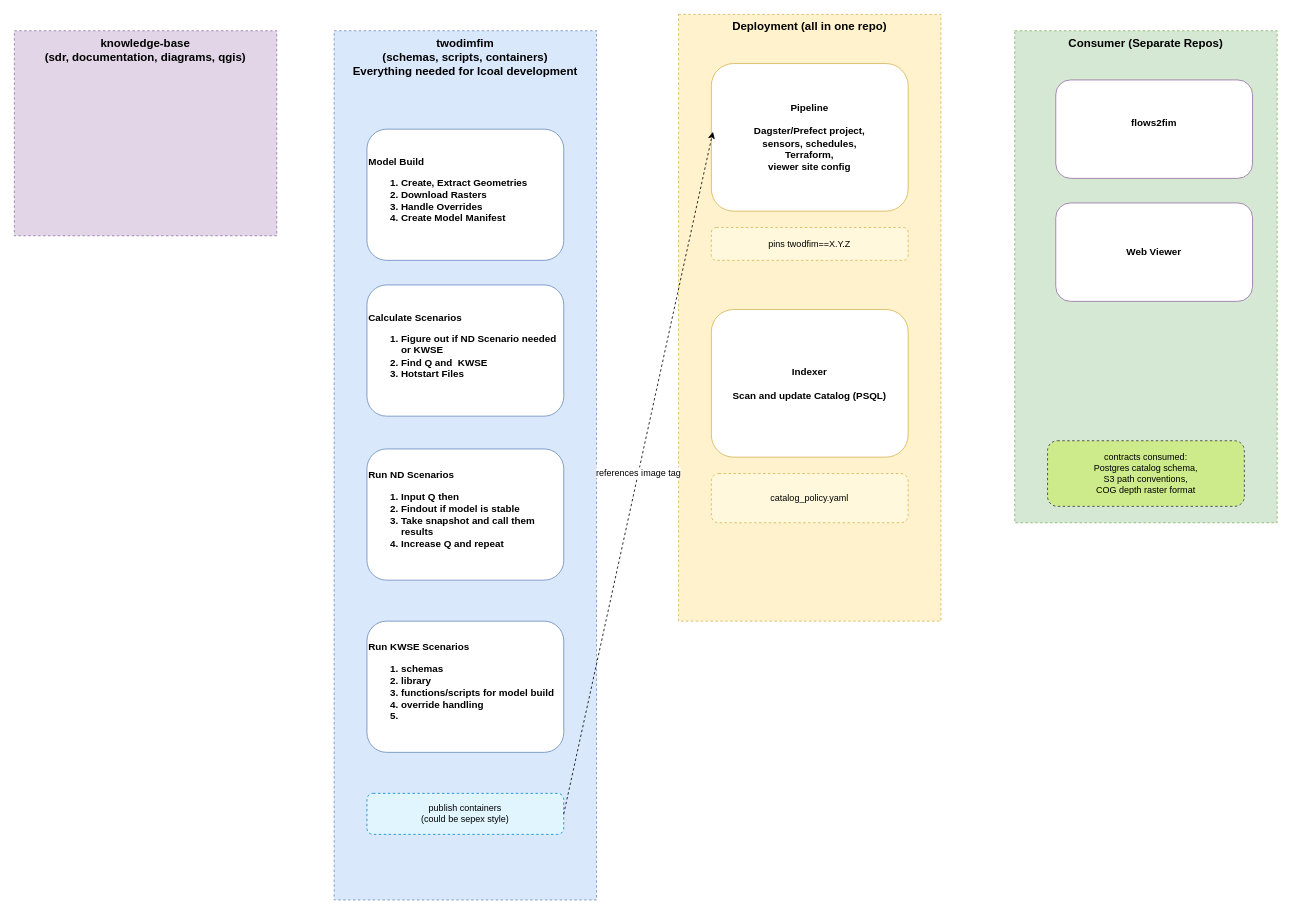
Before: page "Repos and ownership" (2 of 3) of system-design/diagrams.drawio in NOAA-OWP/twod-fim-knowledge-base, a draw.io diagram. Source tidied: cells renumbered, new cells numbered last; positions are measured from the earlier drawing's top-left corner, leaving out a move shared by most shapes. Both pictures are drawn from the tidied source at 82%, with x=0, y=0 at pixel (14, 14).
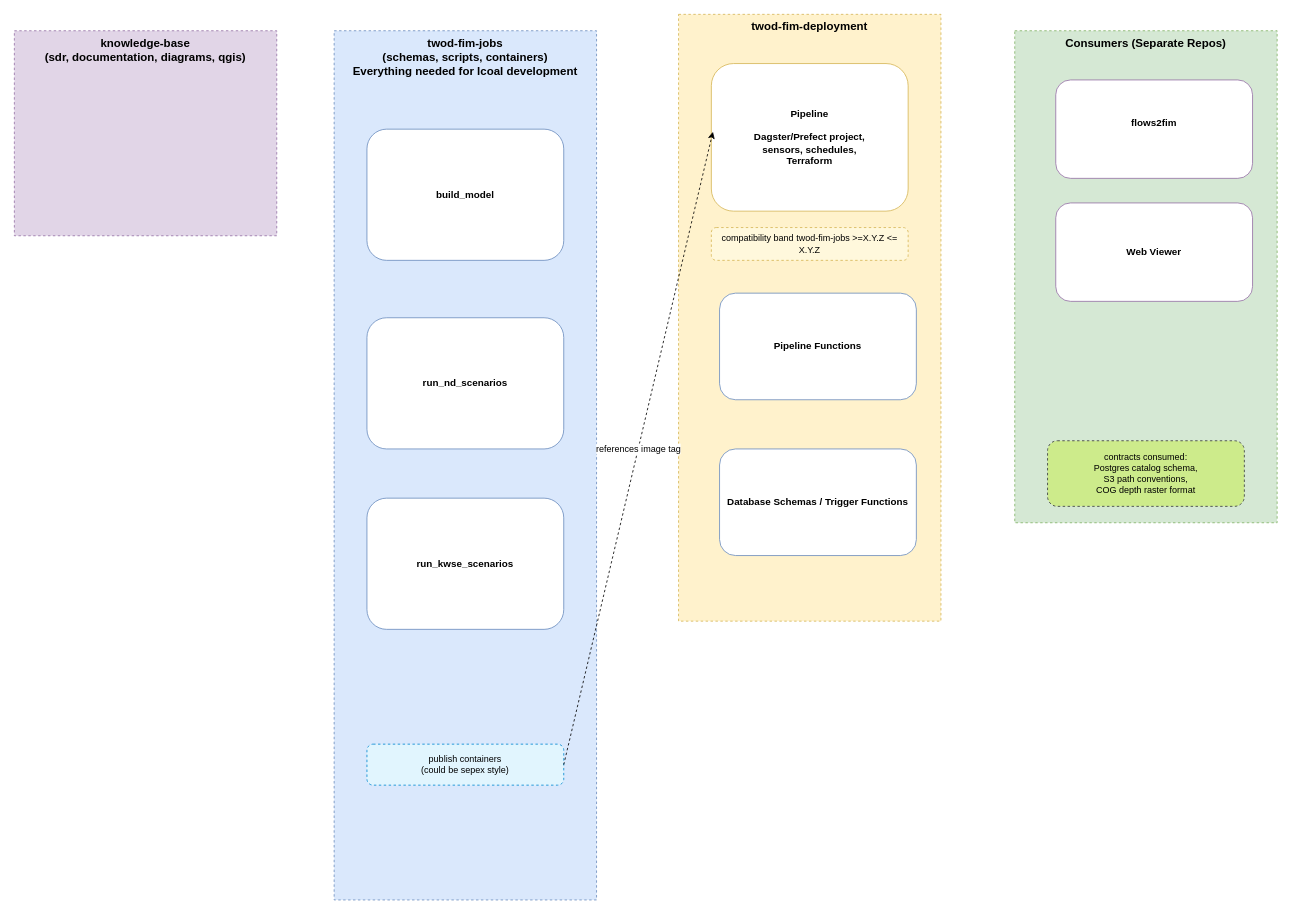
After the change.

Diff of the diagram source:
```diff
@@
 <mxGraphModel>
   <root>
     <mxCell id="0" />
     <mxCell id="1" parent="0" />
-    <mxCell id="2" value="twodimfim&lt;br&gt;(schemas, scripts, containers)&lt;br&gt;Everything needed for lcoal development" style="rounded=0;whiteSpace=wrap;html=1;fillColor=#dae8fc;strokeColor=#6c8ebf;dashed=1;verticalAlign=top;fontStyle=1;fontSize=14;" parent="1" vertex="1">
+    <mxCell id="2" value="twod-fim-jobs&lt;br&gt;(schemas, scripts, containers)&lt;br&gt;Everything needed for lcoal development" style="rounded=0;whiteSpace=wrap;html=1;fillColor=#dae8fc;strokeColor=#6c8ebf;dashed=1;verticalAlign=top;fontStyle=1;fontSize=14;" parent="1" vertex="1">
       <mxGeometry x="390" y="20" width="320" height="1060" as="geometry" />
     </mxCell>
-    <mxCell id="3" value="&lt;div&gt;Model Build&lt;/div&gt;&lt;ol&gt;&lt;li&gt;&lt;span style=&quot;background-color: transparent; color: light-dark(rgb(0, 0, 0), rgb(255, 255, 255));&quot;&gt;Create, Extract Geometries&lt;/span&gt;&lt;/li&gt;&lt;li&gt;&lt;span style=&quot;background-color: transparent; color: light-dark(rgb(0, 0, 0), rgb(255, 255, 255));&quot;&gt;Download Rasters&lt;br&gt;&lt;/span&gt;&lt;/li&gt;&lt;li&gt;&lt;span style=&quot;background-color: transparent; color: light-dark(rgb(0, 0, 0), rgb(255, 255, 255));&quot;&gt;Handle Overrides&lt;/span&gt;&lt;/li&gt;&lt;li&gt;&lt;span style=&quot;background-color: transparent; color: light-dark(rgb(0, 0, 0), rgb(255, 255, 255));&quot;&gt;Create Model Manifest&lt;/span&gt;&lt;/li&gt;&lt;/ol&gt;" style="rounded=1;whiteSpace=wrap;html=1;fillColor=#ffffff;strokeColor=#6c8ebf;fontSize=12;fontStyle=1;align=left;" parent="1" vertex="1">
+    <mxCell id="3" value="&lt;div&gt;build_model&lt;/div&gt;" style="rounded=1;whiteSpace=wrap;html=1;fillColor=#ffffff;strokeColor=#6c8ebf;fontSize=12;fontStyle=1;align=center;" parent="1" vertex="1">
       <mxGeometry x="430" y="140" width="240" height="160" as="geometry" />
     </mxCell>
     <mxCell id="4" value="publish containers&lt;div&gt;(could be sepex style)&lt;/div&gt;" style="rounded=1;whiteSpace=wrap;html=1;fillColor=#e1f5fe;strokeColor=#0288d1;fontSize=11;dashed=1;" parent="1" vertex="1">
-      <mxGeometry x="430" y="950" width="240" height="50" as="geometry" />
+      <mxGeometry x="430" y="890" width="240" height="50" as="geometry" />
     </mxCell>
-    <mxCell id="5" value="Deployment (all in one repo)" style="rounded=0;whiteSpace=wrap;html=1;fillColor=#fff2cc;strokeColor=#d6b656;dashed=1;verticalAlign=top;fontStyle=1;fontSize=14;" parent="1" vertex="1">
+    <mxCell id="5" value="twod-fim-deployment" style="rounded=0;whiteSpace=wrap;html=1;fillColor=#fff2cc;strokeColor=#d6b656;dashed=1;verticalAlign=top;fontStyle=1;fontSize=14;" parent="1" vertex="1">
       <mxGeometry x="810" width="320" height="740" as="geometry" />
     </mxCell>
-    <mxCell id="6" value="Pipeline&lt;br&gt;&lt;br&gt;Dagster/Prefect project,&lt;br&gt;sensors, schedules,&lt;br&gt;Terraform,&lt;br&gt;viewer site config" style="rounded=1;whiteSpace=wrap;html=1;fillColor=#ffffff;strokeColor=#d6b656;fontSize=12;fontStyle=1;" parent="1" vertex="1">
+    <mxCell id="6" value="Pipeline&lt;br&gt;&lt;br&gt;Dagster/Prefect project,&lt;br&gt;sensors, schedules,&lt;br&gt;Terraform" style="rounded=1;whiteSpace=wrap;html=1;fillColor=#ffffff;strokeColor=#d6b656;fontSize=12;fontStyle=1;" parent="1" vertex="1">
       <mxGeometry x="850" y="60" width="240" height="180" as="geometry" />
     </mxCell>
-    <mxCell id="7" value="pins twodfim==X.Y.Z" style="rounded=1;whiteSpace=wrap;html=1;fillColor=#fff8dc;strokeColor=#d6b656;fontSize=11;dashed=1;" parent="1" vertex="1">
+    <mxCell id="7" value="compatibility band twod-fim-jobs &amp;gt;=X.Y.Z &amp;lt;= X.Y.Z" style="rounded=1;whiteSpace=wrap;html=1;fillColor=#fff8dc;strokeColor=#d6b656;fontSize=11;dashed=1;" parent="1" vertex="1">
       <mxGeometry x="850" y="260" width="240" height="40" as="geometry" />
     </mxCell>
-    <mxCell id="8" value="catalog_policy.yaml" style="rounded=1;whiteSpace=wrap;html=1;fillColor=#fff8dc;strokeColor=#d6b656;fontSize=11;dashed=1;" parent="1" vertex="1">
-      <mxGeometry x="850" y="560" width="240" height="60" as="geometry" />
-    </mxCell>
-    <mxCell id="9" value="Consumer (Separate Repos)" style="rounded=0;whiteSpace=wrap;html=1;fillColor=#d5e8d4;strokeColor=#82b366;dashed=1;verticalAlign=top;fontStyle=1;fontSize=14;" parent="1" vertex="1">
+    <mxCell id="9" value="Consumers (Separate Repos)" style="rounded=0;whiteSpace=wrap;html=1;fillColor=#d5e8d4;strokeColor=#82b366;dashed=1;verticalAlign=top;fontStyle=1;fontSize=14;" parent="1" vertex="1">
       <mxGeometry x="1220" y="20" width="320" height="600" as="geometry" />
     </mxCell>
     <mxCell id="10" value="flows2fim&lt;br&gt;&lt;div&gt;&lt;br/&gt;&lt;/div&gt;" style="rounded=1;whiteSpace=wrap;html=1;fillColor=#ffffff;strokeColor=#9673a6;fontSize=12;fontStyle=1;" parent="1" vertex="1">
       <mxGeometry x="1270" y="80" width="240" height="120" as="geometry" />
     </mxCell>
     <mxCell id="11" value="contracts consumed:&#10;Postgres catalog schema,&#10;S3 path conventions,&#10;COG depth raster format" style="rounded=1;whiteSpace=wrap;html=1;fillColor=#cdeb8b;strokeColor=#36393d;fontSize=11;dashed=1;" parent="1" vertex="1">
       <mxGeometry x="1260" y="520" width="240" height="80" as="geometry" />
     </mxCell>
     <mxCell id="12" value="references image tag" style="endArrow=classic;html=1;fontSize=11;dashed=1;exitX=1;exitY=0.5;exitDx=0;exitDy=0;entryX=0.008;entryY=0.462;entryDx=0;entryDy=0;entryPerimeter=0;" parent="1" edge="1" source="4" target="6">
       <mxGeometry relative="1" as="geometry" />
     </mxCell>
-    <mxCell id="13" value="&lt;div&gt;Calculate Scenarios&lt;/div&gt;&lt;ol&gt;&lt;li&gt;&lt;span style=&quot;background-color: transparent; color: light-dark(rgb(0, 0, 0), rgb(255, 255, 255));&quot;&gt;Figure out if ND Scenario needed or KWSE&lt;/span&gt;&lt;/li&gt;&lt;li&gt;&lt;span style=&quot;background-color: transparent; color: light-dark(rgb(0, 0, 0), rgb(255, 255, 255));&quot;&gt;Find Q and&amp;nbsp; KWSE&amp;nbsp;&lt;/span&gt;&lt;/li&gt;&lt;li&gt;Hotstart Files&lt;/li&gt;&lt;/ol&gt;" style="rounded=1;whiteSpace=wrap;html=1;fillColor=#ffffff;strokeColor=#6c8ebf;fontSize=12;fontStyle=1;align=left;" parent="1" vertex="1">
-      <mxGeometry x="430" y="330" width="240" height="160" as="geometry" />
+    <mxCell id="13" value="Pipeline Functions" style="rounded=1;whiteSpace=wrap;html=1;fillColor=#ffffff;strokeColor=#6c8ebf;fontSize=12;fontStyle=1;align=center;" parent="1" vertex="1">
+      <mxGeometry x="860" y="340" width="240" height="130" as="geometry" />
     </mxCell>
-    <mxCell id="14" value="&lt;div&gt;Run ND Scenarios&lt;/div&gt;&lt;ol&gt;&lt;li&gt;Input Q then&lt;br&gt;&lt;/li&gt;&lt;li&gt;Findout if model is stable&lt;/li&gt;&lt;li&gt;Take snapshot and call them results&lt;/li&gt;&lt;li&gt;Increase Q and repeat&lt;/li&gt;&lt;/ol&gt;" style="rounded=1;whiteSpace=wrap;html=1;fillColor=#ffffff;strokeColor=#6c8ebf;fontSize=12;fontStyle=1;align=left;" parent="1" vertex="1">
-      <mxGeometry x="430" y="530" width="240" height="160" as="geometry" />
+    <mxCell id="14" value="run_nd_scenarios" style="rounded=1;whiteSpace=wrap;html=1;fillColor=#ffffff;strokeColor=#6c8ebf;fontSize=12;fontStyle=1;align=center;" parent="1" vertex="1">
+      <mxGeometry x="430" y="370" width="240" height="160" as="geometry" />
     </mxCell>
-    <mxCell id="15" value="&lt;div&gt;Run KWSE Scenarios&lt;/div&gt;&lt;ol&gt;&lt;li&gt;schemas&lt;/li&gt;&lt;li&gt;library&lt;/li&gt;&lt;li&gt;functions/scripts for model build&lt;/li&gt;&lt;li&gt;override handling&lt;/li&gt;&lt;li&gt;&lt;br&gt;&lt;/li&gt;&lt;/ol&gt;" style="rounded=1;whiteSpace=wrap;html=1;fillColor=#ffffff;strokeColor=#6c8ebf;fontSize=12;fontStyle=1;align=left;" parent="1" vertex="1">
-      <mxGeometry x="430" y="740" width="240" height="160" as="geometry" />
+    <mxCell id="15" value="run_kwse_scenarios" style="rounded=1;whiteSpace=wrap;html=1;fillColor=#ffffff;strokeColor=#6c8ebf;fontSize=12;fontStyle=1;align=center;" parent="1" vertex="1">
+      <mxGeometry x="430" y="590" width="240" height="160" as="geometry" />
     </mxCell>
-    <mxCell id="16" value="Indexer&lt;br&gt;&lt;br&gt;Scan and update Catalog (PSQL)" style="rounded=1;whiteSpace=wrap;html=1;fillColor=#ffffff;strokeColor=#d6b656;fontSize=12;fontStyle=1;" parent="1" vertex="1">
-      <mxGeometry x="850" y="360" width="240" height="180" as="geometry" />
-    </mxCell>
     <mxCell id="17" value="&lt;div&gt;Web Viewer&lt;/div&gt;" style="rounded=1;whiteSpace=wrap;html=1;fillColor=#ffffff;strokeColor=#9673a6;fontSize=12;fontStyle=1;" parent="1" vertex="1">
       <mxGeometry x="1270" y="230" width="240" height="120" as="geometry" />
     </mxCell>
     <mxCell id="18" value="knowledge-base&lt;br&gt;(sdr, documentation, diagrams, qgis)&lt;div&gt;&lt;br/&gt;&lt;/div&gt;" style="rounded=0;whiteSpace=wrap;html=1;fillColor=#e1d5e7;strokeColor=#9673a6;dashed=1;verticalAlign=top;fontStyle=1;fontSize=14;" parent="1" vertex="1">
       <mxGeometry y="20" width="320" height="250" as="geometry" />
     </mxCell>
+    <mxCell id="19" value="Database Schemas / Trigger Functions" style="rounded=1;whiteSpace=wrap;html=1;fillColor=#ffffff;strokeColor=#6c8ebf;fontSize=12;fontStyle=1;align=center;" parent="1" vertex="1">
+      <mxGeometry x="860" y="530" width="240" height="130" as="geometry" />
+    </mxCell>
   </root>
 </mxGraphModel>
```
